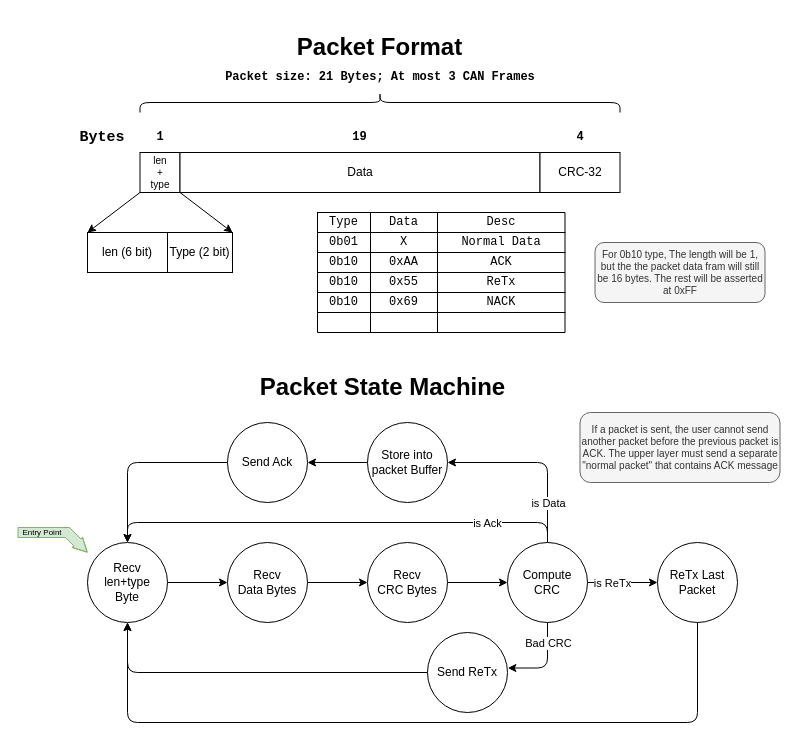
pipipipi2002/pmb_stm32 keeps this draw.io diagram as page "Packet" (3 of 4) of bootloader/bootloader mechanics.drawio. Above is the earlier version. Source tidied: cells renumbered, new cells numbered last; positions are measured from the earlier drawing's top-left corner, leaving out a move shared by most shapes. Both pictures are drawn from the tidied source at 100%, with x=0, y=0 at pixel (17, -138).
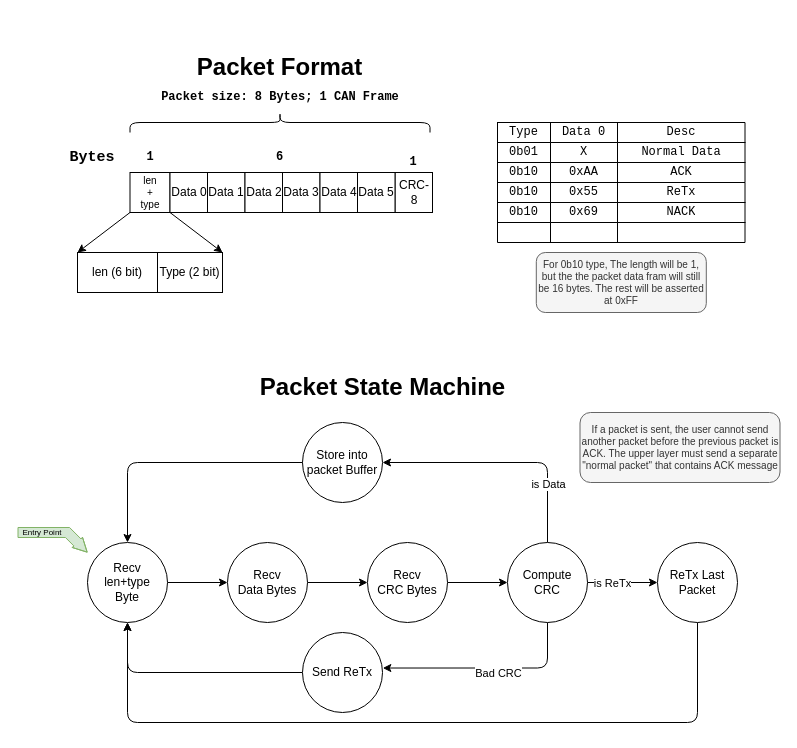
The same diagram, later.

The change refers to these unchanged cells:
```xml
<mxCell id="17" style="shape=tableRow;horizontal=0;startSize=0;swimlaneHead=0;swimlaneBody=0;strokeColor=inherit;top=0;left=0;bottom=0;right=0;fillColor=none;fontSize=12;fontFamily=Courier New;align=center;" parent="16" vertex="1">
  <mxGeometry width="247.5" height="20" as="geometry" />
</mxCell>
<mxCell id="43" value="Recv &lt;br&gt;len+type &lt;br&gt;Byte" style="ellipse;whiteSpace=wrap;html=1;" parent="1" vertex="1">
  <mxGeometry x="70" y="680" width="80" height="80" as="geometry" />
</mxCell>
<mxCell id="48" style="jettySize=auto;html=1;entryX=1.004;entryY=0.444;entryDx=0;entryDy=0;rounded=1;exitX=0.5;exitY=1;exitDx=0;exitDy=0;entryPerimeter=0;edgeStyle=orthogonalEdgeStyle;" parent="1" edge="1" source="68" target="61">
  <mxGeometry relative="1" as="geometry" />
</mxCell>
<mxCell id="68" value="Compute CRC" style="ellipse;whiteSpace=wrap;html=1;" parent="1" vertex="1">
  <mxGeometry x="490" y="680" width="80" height="80" as="geometry" />
</mxCell>
```

What changed in the source:
```diff
@@
     <mxCell id="2" value="len &lt;br style=&quot;font-size: 10px;&quot;&gt;+ &lt;br style=&quot;font-size: 10px;&quot;&gt;type" style="rounded=0;whiteSpace=wrap;html=1;fontSize=10;" parent="1" vertex="1">
-      <mxGeometry x="122.5" y="290" width="40" height="40" as="geometry" />
+      <mxGeometry x="112.5" y="310" width="40" height="40" as="geometry" />
     </mxCell>
-    <mxCell id="3" value="Data" style="rounded=0;whiteSpace=wrap;html=1;" parent="1" vertex="1">
-      <mxGeometry x="162.5" y="290" width="360" height="40" as="geometry" />
+    <mxCell id="3" value="Data 0" style="rounded=0;whiteSpace=wrap;html=1;" parent="1" vertex="1">
+      <mxGeometry x="152.5" y="310" width="37.5" height="40" as="geometry" />
     </mxCell>
-    <mxCell id="4" value="CRC-32" style="rounded=0;whiteSpace=wrap;html=1;" parent="1" vertex="1">
-      <mxGeometry x="522.5" y="290" width="80" height="40" as="geometry" />
+    <mxCell id="4" value="CRC-8" style="rounded=0;whiteSpace=wrap;html=1;" parent="1" vertex="1">
+      <mxGeometry x="377.5" y="310" width="37.5" height="40" as="geometry" />
     </mxCell>
     <mxCell id="5" value="1" style="text;html=1;strokeColor=none;fillColor=none;align=center;verticalAlign=middle;whiteSpace=wrap;rounded=0;fontFamily=Courier New;fontStyle=1;" parent="1" vertex="1">
-      <mxGeometry x="127.5" y="260" width="30" height="30" as="geometry" />
+      <mxGeometry x="117.5" y="280" width="30" height="30" as="geometry" />
     </mxCell>
-    <mxCell id="6" value="19" style="text;html=1;strokeColor=none;fillColor=none;align=center;verticalAlign=middle;whiteSpace=wrap;rounded=0;fontFamily=Courier New;fontStyle=1;" parent="1" vertex="1">
-      <mxGeometry x="315" y="260" width="55" height="30" as="geometry" />
+    <mxCell id="6" value="6" style="text;html=1;strokeColor=none;fillColor=none;align=center;verticalAlign=middle;whiteSpace=wrap;rounded=0;fontFamily=Courier New;fontStyle=1;" parent="1" vertex="1">
+      <mxGeometry x="235" y="280" width="55" height="30" as="geometry" />
     </mxCell>
-    <mxCell id="7" value="4" style="text;html=1;strokeColor=none;fillColor=none;align=center;verticalAlign=middle;whiteSpace=wrap;rounded=0;fontFamily=Courier New;fontStyle=1;" parent="1" vertex="1">
-      <mxGeometry x="547.5" y="260" width="30" height="30" as="geometry" />
+    <mxCell id="7" value="1" style="text;html=1;strokeColor=none;fillColor=none;align=center;verticalAlign=middle;whiteSpace=wrap;rounded=0;fontFamily=Courier New;fontStyle=1;" parent="1" vertex="1">
+      <mxGeometry x="381.2" y="285" width="30" height="30" as="geometry" />
     </mxCell>
     <mxCell id="8" value="Bytes" style="text;html=1;strokeColor=none;fillColor=none;align=center;verticalAlign=middle;whiteSpace=wrap;rounded=0;fontFamily=Courier New;fontStyle=1;fontSize=15;" parent="1" vertex="1">
-      <mxGeometry x="70" y="255" width="30" height="40" as="geometry" />
+      <mxGeometry x="60" y="275" width="30" height="40" as="geometry" />
     </mxCell>
     <mxCell id="9" value="len (6 bit)" style="rounded=0;whiteSpace=wrap;html=1;" parent="1" vertex="1">
-      <mxGeometry x="70" y="370" width="80" height="40" as="geometry" />
+      <mxGeometry x="60" y="390" width="80" height="40" as="geometry" />
     </mxCell>
     <mxCell id="10" value="Type (2 bit)" style="rounded=0;whiteSpace=wrap;html=1;" parent="1" vertex="1">
-      <mxGeometry x="150" y="370" width="65" height="40" as="geometry" />
+      <mxGeometry x="140" y="390" width="65" height="40" as="geometry" />
     </mxCell>
@@
     <mxCell id="13" style="shape=curlyBracket;whiteSpace=wrap;html=1;rounded=1;labelPosition=left;verticalLabelPosition=middle;align=right;verticalAlign=middle;rotation=90;" parent="1" vertex="1">
-      <mxGeometry x="352.5" width="20" height="480" as="geometry" />
+      <mxGeometry x="252.5" y="110" width="20" height="300" as="geometry" />
     </mxCell>
-    <mxCell id="14" value="Packet size: 21&amp;nbsp;Bytes; At most 3 CAN Frames" style="text;html=1;strokeColor=none;fillColor=none;align=center;verticalAlign=middle;whiteSpace=wrap;rounded=0;fontFamily=Courier New;fontStyle=1;" parent="1" vertex="1">
-      <mxGeometry x="182.5" y="200" width="360" height="30" as="geometry" />
+    <mxCell id="14" value="Packet size: 8 Bytes; 1 CAN Frame" style="text;html=1;strokeColor=none;fillColor=none;align=center;verticalAlign=middle;whiteSpace=wrap;rounded=0;fontFamily=Courier New;fontStyle=1;" parent="1" vertex="1">
+      <mxGeometry x="82.5" y="220" width="360" height="30" as="geometry" />
     </mxCell>
     <mxCell id="15" style="group;" parent="1" vertex="1">
-      <mxGeometry x="300" y="350" width="247.5" height="120" as="geometry" />
+      <mxGeometry x="480" y="260" width="247.5" height="120" as="geometry" />
     </mxCell>
@@
-    <mxCell id="19" value="Data" style="shape=partialRectangle;html=1;whiteSpace=wrap;strokeColor=inherit;overflow=hidden;fillColor=none;top=0;left=0;bottom=0;right=0;fontSize=12;fontFamily=Courier New;align=center;" parent="17" vertex="1">
+    <mxCell id="19" value="Data 0" style="shape=partialRectangle;html=1;whiteSpace=wrap;strokeColor=inherit;overflow=hidden;fillColor=none;top=0;left=0;bottom=0;right=0;fontSize=12;fontFamily=Courier New;align=center;" parent="17" vertex="1">
       <mxGeometry x="53" width="67" height="20" as="geometry" />
     </mxCell>
@@
     <mxCell id="49" value="Bad CRC" style="edgeLabel;html=1;align=center;verticalAlign=middle;" parent="48" vertex="1">
       <mxGeometry x="-0.22" y="-3" relative="1" as="geometry">
-        <mxPoint x="3" y="-13" as="offset" />
+        <mxPoint x="-13" y="8" as="offset" />
       </mxGeometry>
     </mxCell>
@@
-    <mxCell id="52" style="edgeStyle=orthogonalEdgeStyle;jettySize=auto;html=1;exitX=0.5;exitY=0;exitDx=0;exitDy=0;entryX=0.5;entryY=0;entryDx=0;entryDy=0;rounded=1;" parent="1" edge="1" source="68" target="43">
-      <mxGeometry relative="1" as="geometry">
-        <Array as="points">
-          <mxPoint x="530" y="660" />
-          <mxPoint x="110" y="660" />
-        </Array>
-      </mxGeometry>
-    </mxCell>
-    <mxCell id="53" value="is Ack" style="edgeLabel;html=1;align=center;verticalAlign=middle;" parent="52" vertex="1">
-      <mxGeometry x="-0.2" y="-1" relative="1" as="geometry">
-        <mxPoint x="103" y="1" as="offset" />
-      </mxGeometry>
-    </mxCell>
@@
-    <mxCell id="56" style="edgeStyle=orthogonalEdgeStyle;jettySize=auto;html=1;entryX=1;entryY=0.5;entryDx=0;entryDy=0;rounded=1;" parent="1" edge="1" source="57" target="59">
-      <mxGeometry relative="1" as="geometry" />
-    </mxCell>
     <mxCell id="57" value="Store into packet Buffer" style="ellipse;whiteSpace=wrap;html=1;" parent="1" vertex="1">
-      <mxGeometry x="350" y="560" width="80" height="80" as="geometry" />
+      <mxGeometry x="285" y="560" width="80" height="80" as="geometry" />
     </mxCell>
-    <mxCell id="58" style="edgeStyle=orthogonalEdgeStyle;jettySize=auto;html=1;entryX=0.5;entryY=0;entryDx=0;entryDy=0;rounded=1;" parent="1" edge="1" source="59" target="43">
+    <mxCell id="58" style="edgeStyle=orthogonalEdgeStyle;jettySize=auto;html=1;entryX=0.5;entryY=0;entryDx=0;entryDy=0;rounded=1;exitX=0;exitY=0.5;exitDx=0;exitDy=0;" parent="1" edge="1" source="57" target="43">
       <mxGeometry relative="1" as="geometry">
         <Array as="points">
           <mxPoint x="110" y="600" />
         </Array>
       </mxGeometry>
     </mxCell>
-    <mxCell id="59" value="Send Ack" style="ellipse;whiteSpace=wrap;html=1;" parent="1" vertex="1">
-      <mxGeometry x="210" y="560" width="80" height="80" as="geometry" />
-    </mxCell>
@@
     <mxCell id="61" value="Send ReTx" style="ellipse;whiteSpace=wrap;html=1;" parent="1" vertex="1">
-      <mxGeometry x="410" y="770" width="80" height="80" as="geometry" />
+      <mxGeometry x="285" y="770" width="80" height="80" as="geometry" />
     </mxCell>
@@
     <mxCell id="65" value="&lt;h1&gt;Packet Format&lt;/h1&gt;" style="text;html=1;strokeColor=none;fillColor=none;align=center;verticalAlign=middle;whiteSpace=wrap;rounded=0;" parent="1" vertex="1">
-      <mxGeometry x="186.2" y="170" width="352.5" height="30" as="geometry" />
+      <mxGeometry x="86.2" y="190" width="352.5" height="30" as="geometry" />
     </mxCell>
@@
     <mxCell id="70" value="For 0b10 type, The length will be 1, but the the packet data fram will still be 16 bytes. The rest will be asserted at 0xFF" style="rounded=1;whiteSpace=wrap;html=1;fontSize=10;fillColor=#f5f5f5;fontColor=#333333;strokeColor=#666666;" parent="1" vertex="1">
-      <mxGeometry x="577.5" y="380" width="170" height="60" as="geometry" />
+      <mxGeometry x="518.8" y="390" width="170" height="60" as="geometry" />
     </mxCell>
+    <mxCell id="71" value="Data 1" style="rounded=0;whiteSpace=wrap;html=1;" parent="1" vertex="1">
+      <mxGeometry x="190" y="310" width="37.5" height="40" as="geometry" />
+    </mxCell>
+    <mxCell id="72" value="Data 2" style="rounded=0;whiteSpace=wrap;html=1;" parent="1" vertex="1">
+      <mxGeometry x="227.5" y="310" width="37.5" height="40" as="geometry" />
+    </mxCell>
+    <mxCell id="73" value="Data 3" style="rounded=0;whiteSpace=wrap;html=1;" parent="1" vertex="1">
+      <mxGeometry x="265" y="310" width="37.5" height="40" as="geometry" />
+    </mxCell>
+    <mxCell id="74" value="Data 4" style="rounded=0;whiteSpace=wrap;html=1;" parent="1" vertex="1">
+      <mxGeometry x="302.5" y="310" width="37.5" height="40" as="geometry" />
+    </mxCell>
+    <mxCell id="75" value="Data 5" style="rounded=0;whiteSpace=wrap;html=1;" parent="1" vertex="1">
+      <mxGeometry x="340" y="310" width="37.5" height="40" as="geometry" />
+    </mxCell>
```
